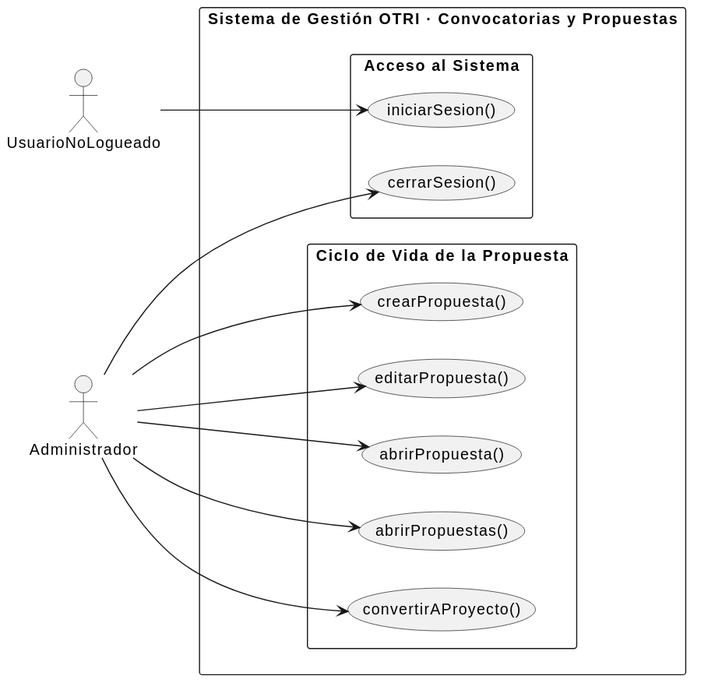
Earlier version of the PlantUML export images/01-actores-casos-uso/dimension-propuesta/actores-casos-uso.svg (Angelo2272/26-27-IdSw1-SDR). The source it was exported from:
```plantuml
@startuml
left to right direction
skinparam packageStyle rectangle
actor "UsuarioNoLogueado" as UsuarioNoLogueado
actor "Administrador" as Administrador
rectangle "Sistema de Gestión OTRI · Convocatorias y Propuestas" {
  package "Acceso al Sistema" {
    usecase "iniciarSesion()" as iniciarSesion
    usecase "cerrarSesion()" as cerrarSesion
  }

  package "Ciclo de Vida de la Propuesta" {
    usecase "crearPropuesta()" as formalizarPropuesta
    usecase "editarPropuesta()" as editarPropuesta
    usecase "abrirPropuesta()" as abrirPropuesta
    usecase "abrirPropuestas()" as abrirPropuestas
    usecase "convertirAProyecto()" as convertirAProyecto
  }
}
UsuarioNoLogueado --> iniciarSesion
Administrador--> cerrarSesion
Administrador--> formalizarPropuesta
Administrador--> editarPropuesta
Administrador--> abrirPropuesta
Administrador--> abrirPropuestas
Administrador--> convertirAProyecto
@enduml
```
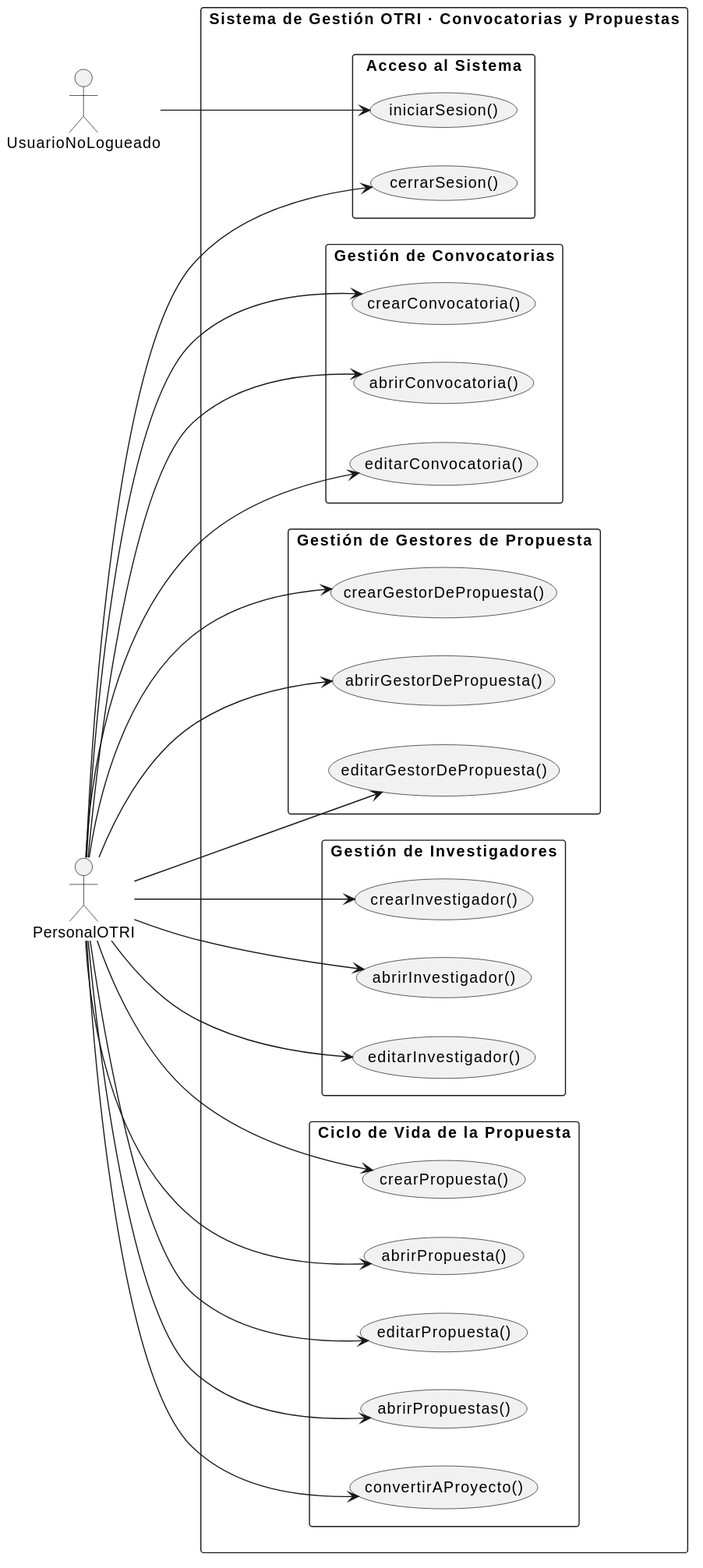
Later version of the same file.

Commit message:
refac: Se han actualizado los actores y los casos de uso para reflejar las funcionalidades actuales del sistema

What changed in the source:
```diff
@@ -1,27 +1,51 @@
 @startuml
 left to right direction
 skinparam packageStyle rectangle
+skinparam shadowing false
 actor "UsuarioNoLogueado" as UsuarioNoLogueado
-actor "Administrador" as Administrador
+actor "PersonalOTRI" as PersonalOTRI
 rectangle "Sistema de Gestión OTRI · Convocatorias y Propuestas" {
   package "Acceso al Sistema" {
     usecase "iniciarSesion()" as iniciarSesion
     usecase "cerrarSesion()" as cerrarSesion
   }
-
+  package "Gestión de Convocatorias" {
+    usecase "crearConvocatoria()" as crearConvocatoria
+    usecase "abrirConvocatoria()" as abrirConvocatoria
+    usecase "editarConvocatoria()" as editarConvocatoria
+  }
+  package "Gestión de Gestores de Propuesta" {
+    usecase "crearGestorDePropuesta()" as crearGestorDePropuesta
+    usecase "abrirGestorDePropuesta()" as abrirGestorDePropuesta
+    usecase "editarGestorDePropuesta()" as editarGestorDePropuesta
+  }
+  package "Gestión de Investigadores" {
+    usecase "crearInvestigador()" as crearInvestigador
+    usecase "abrirInvestigador()" as abrirInvestigador
+    usecase "editarInvestigador()" as editarInvestigador
+  }
   package "Ciclo de Vida de la Propuesta" {
-    usecase "crearPropuesta()" as formalizarPropuesta
+    usecase "crearPropuesta()" as crearPropuesta
+    usecase "abrirPropuesta()" as abrirPropuesta
     usecase "editarPropuesta()" as editarPropuesta
-    usecase "abrirPropuesta()" as abrirPropuesta
     usecase "abrirPropuestas()" as abrirPropuestas
     usecase "convertirAProyecto()" as convertirAProyecto
   }
 }
 UsuarioNoLogueado --> iniciarSesion
-Administrador--> cerrarSesion
-Administrador--> formalizarPropuesta
-Administrador--> editarPropuesta
-Administrador--> abrirPropuesta
-Administrador--> abrirPropuestas
-Administrador--> convertirAProyecto
+PersonalOTRI --> cerrarSesion
+PersonalOTRI --> crearConvocatoria
+PersonalOTRI --> abrirConvocatoria
+PersonalOTRI --> editarConvocatoria
+PersonalOTRI --> crearGestorDePropuesta
+PersonalOTRI --> abrirGestorDePropuesta
+PersonalOTRI --> editarGestorDePropuesta
+PersonalOTRI --> crearInvestigador
+PersonalOTRI --> abrirInvestigador
+PersonalOTRI --> editarInvestigador
+PersonalOTRI --> abrirPropuesta
+PersonalOTRI --> editarPropuesta
+PersonalOTRI --> crearPropuesta
+PersonalOTRI --> abrirPropuestas
+PersonalOTRI --> convertirAProyecto
 @enduml
```
